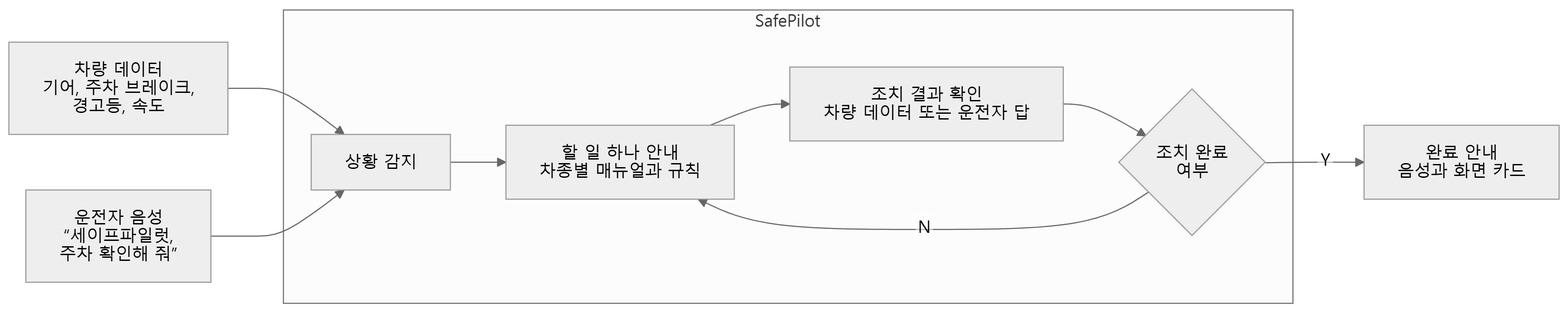
The Mermaid diagram proposal/diagrams/01_how_it_works.png in rex-next-labs/SafePilot, before a commit. Its source is kept beside it as proposal/diagrams/01_how_it_works.mmd.
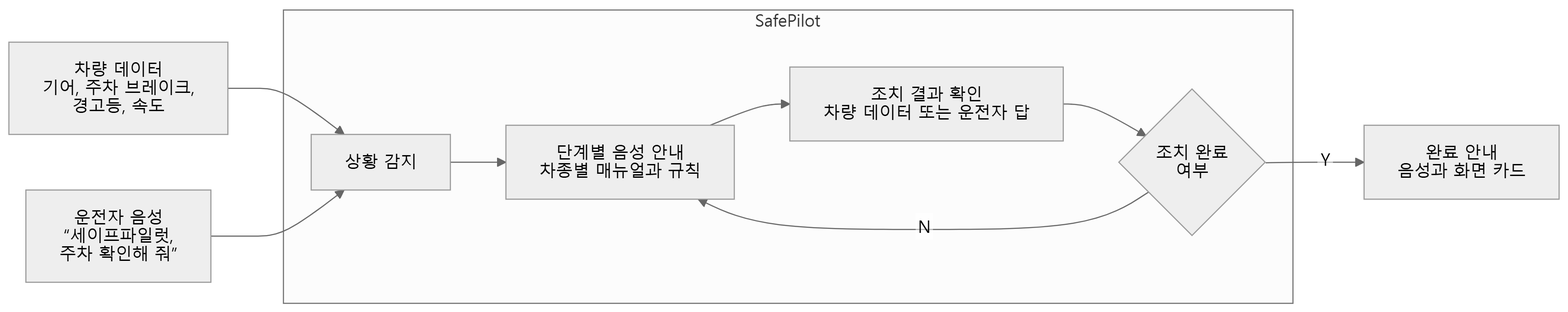
After the change.

Diff of the diagram source:
```diff
@@ -2,7 +2,7 @@
     A["차량 데이터<br/>기어, 주차 브레이크,<br/>경고등, 속도"] --> C
     B["운전자 음성<br/>“세이프파일럿,<br/>주차 확인해 줘”"] --> C
     subgraph SP["SafePilot"]
-        C["상황 감지"] --> D["할 일 하나 안내<br/>차종별 매뉴얼과 규칙"]
+        C["상황 감지"] --> D["단계별 음성 안내<br/>차종별 매뉴얼과 규칙"]
         D --> E["조치 결과 확인<br/>차량 데이터 또는 운전자 답"]
         E --> G{"조치 완료<br/>여부"}
         G -- "N" --> D
```
